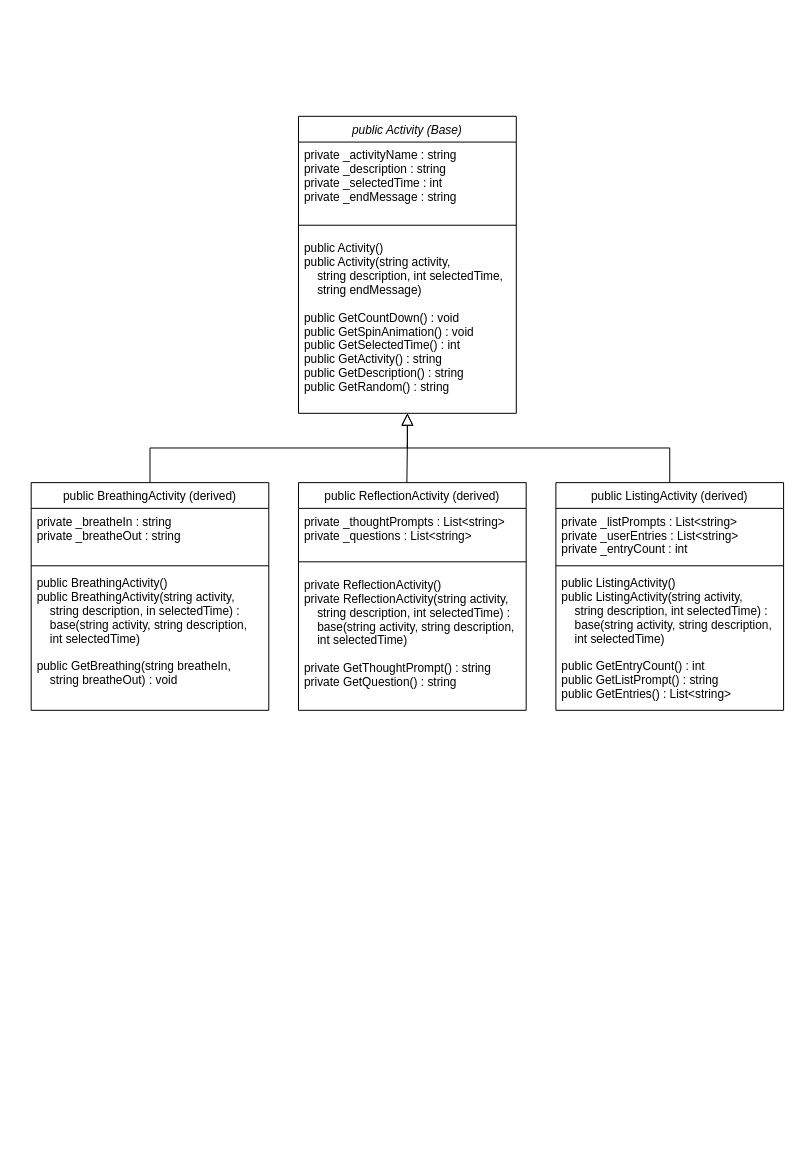
This is prove/Develop04/Untitled Diagram.drawio from jtompkins1/cse210-projects, a draw.io file, before an edit. Source tidied: cells renumbered, new cells numbered last; positions are measured from the earlier drawing's top-left corner, leaving out a move shared by most shapes. Both pictures are drawn from the tidied source at 99%, with x=0, y=0 at pixel (31, 116).
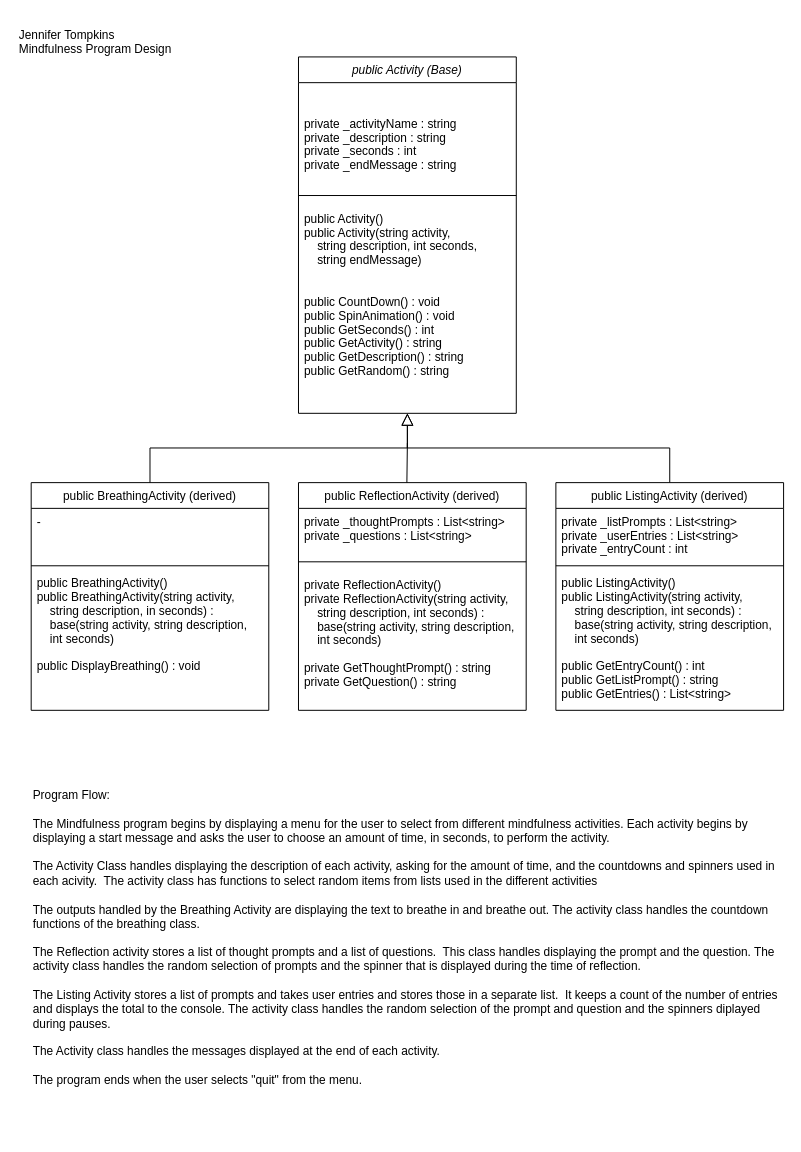
The same page after the edit.

The change refers to these unchanged cells:
```xml
<mxCell id="6" value="public BreathingActivity (derived)" style="swimlane;fontStyle=0;align=center;verticalAlign=top;horizontal=1;startSize=26;rounded=0;shadow=0;strokeWidth=1;" parent="1" vertex="1">
  <mxGeometry y="370" width="240" height="230" as="geometry" />
</mxCell>
<mxCell id="11" value="public ReflectionActivity (derived)" style="swimlane;fontStyle=0;align=center;verticalAlign=top;horizontal=1;startSize=26;rounded=0;shadow=0;strokeWidth=1;" parent="1" vertex="1">
  <mxGeometry x="270" y="370" width="230" height="230" as="geometry" />
</mxCell>
<mxCell id="16" value="public ListingActivity (derived)" style="swimlane;fontStyle=0;align=center;verticalAlign=top;horizontal=1;startSize=26;rounded=0;shadow=0;strokeWidth=1;" parent="1" vertex="1">
  <mxGeometry x="530" y="370" width="230" height="230" as="geometry" />
</mxCell>
```

Change to the diagram source:
```diff
@@
     <mxCell id="2" value="public Activity (Base)" style="swimlane;fontStyle=2;align=center;verticalAlign=top;horizontal=1;startSize=26;rounded=0;shadow=0;strokeWidth=1;" parent="1" vertex="1">
-      <mxGeometry x="270" width="220" height="300" as="geometry" />
+      <mxGeometry x="270" y="-60" width="220" height="360" as="geometry" />
     </mxCell>
-    <mxCell id="3" value="private _activityName : string&#10;private _description : string&#10;private _selectedTime : int&#10;private _endMessage : string" style="text;align=left;verticalAlign=top;spacingLeft=4;spacingRight=4;overflow=hidden;" parent="2" vertex="1">
-      <mxGeometry y="26" width="220" height="74" as="geometry" />
+    <mxCell id="3" value="&#10;&#10;private _activityName : string&#10;private _description : string&#10;private _seconds : int&#10;private _endMessage : string" style="text;align=left;verticalAlign=top;spacingLeft=4;spacingRight=4;overflow=hidden;" parent="2" vertex="1">
+      <mxGeometry y="26" width="220" height="104" as="geometry" />
     </mxCell>
     <mxCell id="4" style="line;html=1;strokeWidth=1;align=left;verticalAlign=middle;spacingTop=-1;spacingLeft=3;spacingRight=3;labelPosition=right;" parent="2" vertex="1">
-      <mxGeometry y="100" width="220" height="20" as="geometry" />
+      <mxGeometry y="130" width="220" height="20" as="geometry" />
     </mxCell>
-    <mxCell id="5" value="public Activity()&#10;public Activity(string activity, &#10;    string description, int selectedTime,&#10;    string endMessage)&#10;&#10;public GetCountDown() : void&#10;public GetSpinAnimation() : void&#10;public GetSelectedTime() : int&#10;public GetActivity() : string&#10;public GetDescription() : string&#10;public GetRandom() : string&#10;" style="text;align=left;verticalAlign=top;spacingLeft=4;spacingRight=4;overflow=hidden;" parent="2" vertex="1">
-      <mxGeometry y="120" width="220" height="180" as="geometry" />
+    <mxCell id="5" value="public Activity()&#10;public Activity(string activity, &#10;    string description, int seconds,&#10;    string endMessage)&#10;&#10;&#10;public CountDown() : void&#10;public SpinAnimation() : void&#10;public GetSeconds() : int&#10;public GetActivity() : string&#10;public GetDescription() : string&#10;public GetRandom() : string&#10;" style="text;align=left;verticalAlign=top;spacingLeft=4;spacingRight=4;overflow=hidden;" parent="2" vertex="1">
+      <mxGeometry y="150" width="220" height="210" as="geometry" />
     </mxCell>
@@
-    <mxCell id="7" value="private _breatheIn : string&#10;private _breatheOut : string" style="text;align=left;verticalAlign=top;spacingLeft=4;spacingRight=4;overflow=hidden;rounded=0;shadow=0;html=0;" parent="6" vertex="1">
+    <mxCell id="7" value="-" style="text;align=left;verticalAlign=top;spacingLeft=4;spacingRight=4;overflow=hidden;rounded=0;shadow=0;html=0;" parent="6" vertex="1">
       <mxGeometry y="26" width="240" height="54" as="geometry" />
     </mxCell>
@@
-    <mxCell id="9" value="public BreathingActivity()&#10;public BreathingActivity(string activity,&#10;    string description, in selectedTime) :&#10;    base(string activity, string description, &#10;    int selectedTime)&#10;&#10;public GetBreathing(string breatheIn, &#10;    string breatheOut) : void" style="text;align=left;verticalAlign=top;spacingLeft=4;spacingRight=4;overflow=hidden;" parent="6" vertex="1">
+    <mxCell id="9" value="public BreathingActivity()&#10;public BreathingActivity(string activity,&#10;    string description, in seconds) :&#10;    base(string activity, string description, &#10;    int seconds)&#10;&#10;public DisplayBreathing() : void" style="text;align=left;verticalAlign=top;spacingLeft=4;spacingRight=4;overflow=hidden;" parent="6" vertex="1">
       <mxGeometry y="88" width="240" height="132" as="geometry" />
     </mxCell>
@@
-    <mxCell id="14" value="private ReflectionActivity()&#10;private ReflectionActivity(string activity, &#10;    string description, int selectedTime) : &#10;    base(string activity, string description, &#10;    int selectedTime)&#10;&#10;private GetThoughtPrompt() : string&#10;private GetQuestion() : string&#10;" style="text;align=left;verticalAlign=top;spacingLeft=4;spacingRight=4;overflow=hidden;" parent="11" vertex="1">
+    <mxCell id="14" value="private ReflectionActivity()&#10;private ReflectionActivity(string activity, &#10;    string description, int seconds) : &#10;    base(string activity, string description, &#10;    int seconds)&#10;&#10;private GetThoughtPrompt() : string&#10;private GetQuestion() : string&#10;" style="text;align=left;verticalAlign=top;spacingLeft=4;spacingRight=4;overflow=hidden;" parent="11" vertex="1">
       <mxGeometry y="90" width="230" height="130" as="geometry" />
     </mxCell>
@@
-    <mxCell id="19" value="public ListingActivity()&#10;public ListingActivity(string activity, &#10;    string description, int selectedTime) : &#10;    base(string activity, string description,&#10;    int selectedTime)&#10;&#10;public GetEntryCount() : int&#10;public GetListPrompt() : string&#10;public GetEntries() : List&lt;string&gt;" style="text;align=left;verticalAlign=top;spacingLeft=4;spacingRight=4;overflow=hidden;" parent="16" vertex="1">
+    <mxCell id="19" value="public ListingActivity()&#10;public ListingActivity(string activity, &#10;    string description, int seconds) : &#10;    base(string activity, string description,&#10;    int seconds)&#10;&#10;public GetEntryCount() : int&#10;public GetListPrompt() : string&#10;public GetEntries() : List&lt;string&gt;" style="text;align=left;verticalAlign=top;spacingLeft=4;spacingRight=4;overflow=hidden;" parent="16" vertex="1">
       <mxGeometry y="88" width="230" height="142" as="geometry" />
     </mxCell>
@@
+    <mxCell id="21" value="&lt;div&gt;Program Flow:&lt;/div&gt;&lt;div&gt;&lt;br&gt;&lt;/div&gt;&lt;div&gt;The Mindfulness program begins by displaying a menu for the user to select from different mindfulness activities. Each activity begins by displaying a start message and asks the user to choose an amount of time, in seconds, to perform the activity.&lt;/div&gt;&lt;div&gt;&lt;br&gt;&lt;/div&gt;&lt;div&gt;The Activity Class handles displaying the description of each activity, asking for the amount of time, and the countdowns and spinners used in each acivity.&amp;nbsp; The activity class has functions to select random items from lists used in the different activities&lt;/div&gt;&lt;div&gt;&lt;br&gt;&lt;/div&gt;&lt;div&gt;The outputs handled by the Breathing Activity are displaying the text to breathe in and breathe out. The activity class handles the countdown functions of the breathing class.&lt;/div&gt;&lt;div&gt;&lt;br&gt;&lt;/div&gt;&lt;div&gt;The Reflection activity stores a list of thought prompts and a list of questions.&amp;nbsp; This class handles displaying the prompt and the question. The activity class handles the random selection of prompts and the spinner that is displayed during the time of reflection.&lt;/div&gt;&lt;div&gt;&lt;br&gt;&lt;/div&gt;&lt;div&gt;The Listing Activity stores a list of prompts and takes user entries and stores those in a separate list.&amp;nbsp; It keeps a count of the number of entries and displays the total to the console. The activity class handles the random selection of the prompt and question and the spinners diplayed during pauses.&lt;/div&gt;&lt;div&gt;&lt;br&gt;&lt;/div&gt;&lt;div&gt;The Activity class handles the messages displayed at the end of each activity.&lt;/div&gt;&lt;div&gt;&lt;br&gt;&lt;/div&gt;&lt;div style=&quot;&quot;&gt;The program ends when the user selects &quot;quit&quot; from the menu.&lt;/div&gt;" style="text;html=1;strokeColor=none;fillColor=none;align=left;verticalAlign=middle;whiteSpace=wrap;rounded=0;" parent="1" vertex="1">
+      <mxGeometry y="630" width="756" height="400" as="geometry" />
+    </mxCell>
+    <mxCell id="22" value="Jennifer Tompkins&lt;br&gt;Mindfulness Program Design" style="text;html=1;strokeColor=none;fillColor=none;align=left;verticalAlign=middle;whiteSpace=wrap;rounded=0;" parent="1" vertex="1">
+      <mxGeometry x="-14" y="-100" width="230" height="50" as="geometry" />
+    </mxCell>
```
